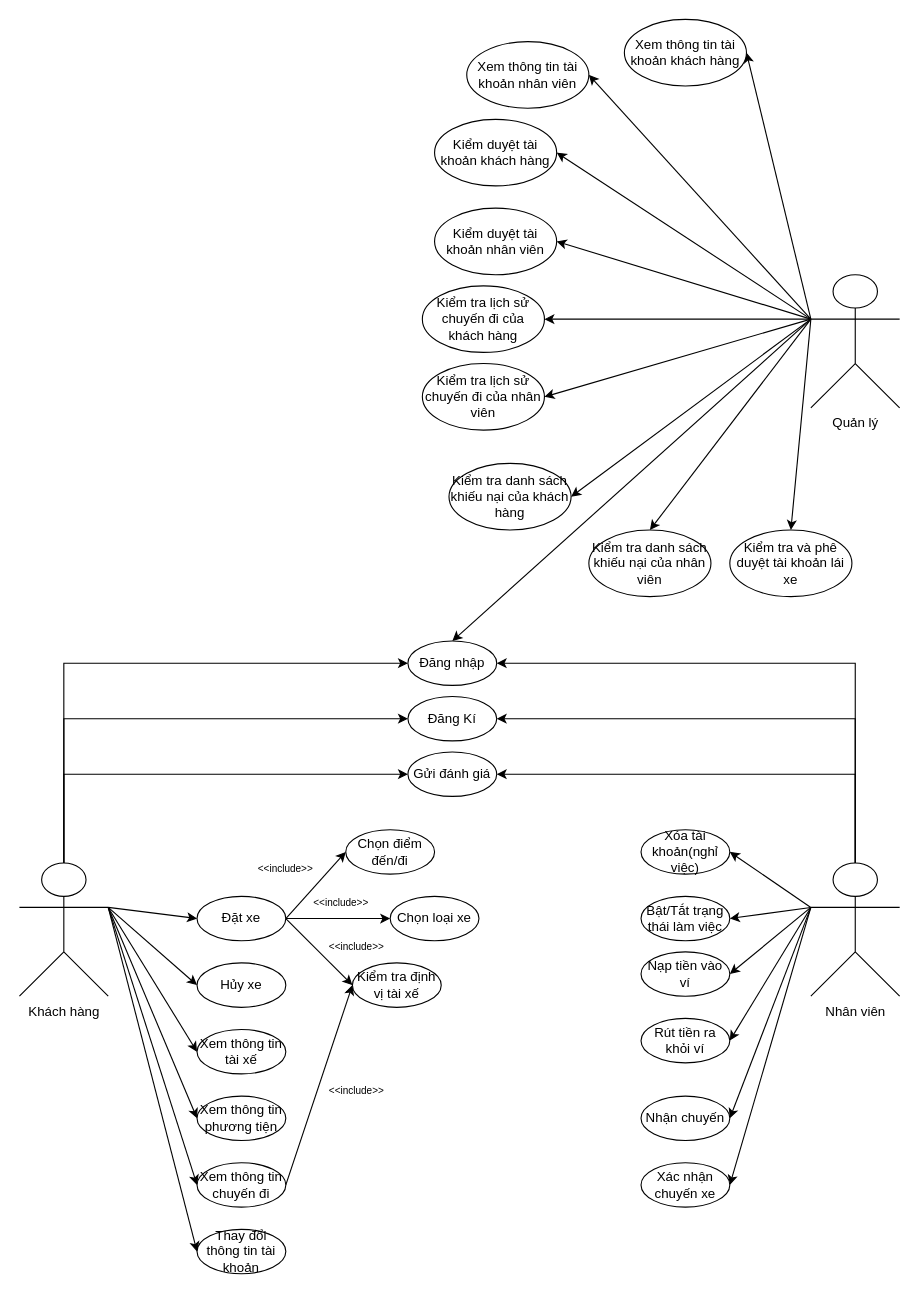
Earlier version of the draw.io diagram Biểu đồ không có tiêu đề.drawio (anson66/a0-tutorial). Source tidied: cells renumbered, new cells numbered last; positions are measured from the earlier drawing's top-left corner, leaving out a move shared by most shapes. Both pictures are drawn from the tidied source at 111%, with x=0, y=0 at pixel (19, 19).
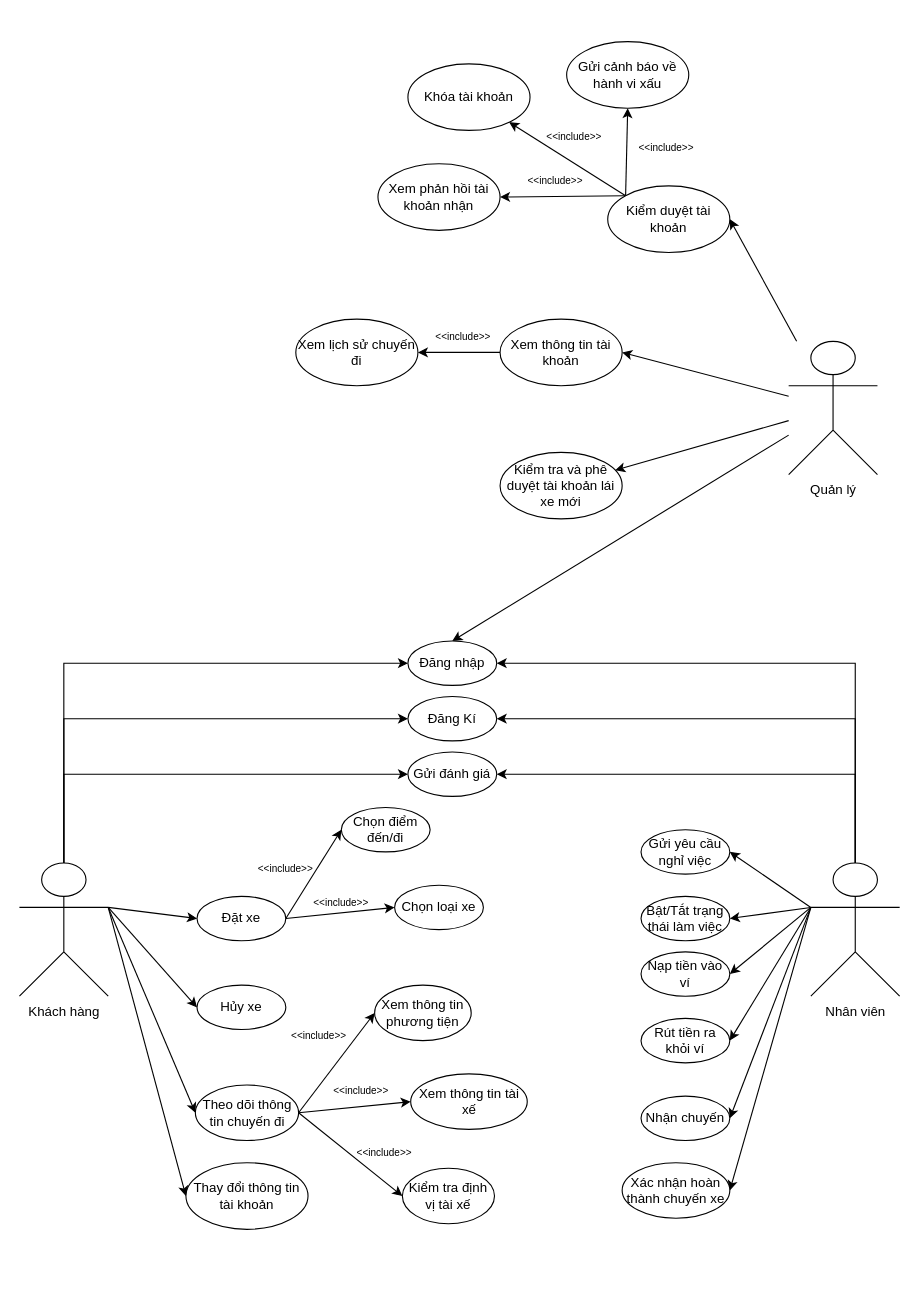
The same page after the edit.

Commit message:
Cập nhật Biểu đồ không có tiêu đề.drawio

Unchanged cells that the change refers to:
```xml
<mxCell id="3" value="Đăng nhập" style="ellipse;whiteSpace=wrap;html=1;" parent="1" vertex="1">
  <mxGeometry x="350" y="560" width="80" height="40" as="geometry" />
</mxCell>
<mxCell id="5" value="Đặt xe" style="ellipse;whiteSpace=wrap;html=1;" parent="1" vertex="1">
  <mxGeometry x="160" y="790" width="80" height="40" as="geometry" />
</mxCell>
<mxCell id="21" value="Khách hàng" style="shape=umlActor;verticalLabelPosition=bottom;verticalAlign=top;html=1;outlineConnect=0;" parent="1" vertex="1">
  <mxGeometry y="760" width="80" height="120" as="geometry" />
</mxCell>
```

The edit, as a diff of the source:
```diff
@@
-    <mxCell id="4" style="edgeStyle=none;rounded=0;jettySize=auto;html=1;exitX=1;exitY=0.5;exitDx=0;exitDy=0;entryX=0;entryY=0.5;entryDx=0;entryDy=0;" parent="1" edge="1" source="5" target="41">
-      <mxGeometry relative="1" as="geometry" />
-    </mxCell>
@@
     <mxCell id="6" value="Hủy xe" style="ellipse;whiteSpace=wrap;html=1;" parent="1" vertex="1">
-      <mxGeometry x="160" y="850" width="80" height="40" as="geometry" />
+      <mxGeometry x="160" y="870" width="80" height="40" as="geometry" />
     </mxCell>
     <mxCell id="7" value="Xem thông tin tài xế" style="ellipse;whiteSpace=wrap;html=1;" parent="1" vertex="1">
-      <mxGeometry x="160" y="910" width="80" height="40" as="geometry" />
+      <mxGeometry x="352.5" y="950" width="105" height="50" as="geometry" />
     </mxCell>
     <mxCell id="8" value="Xem thông tin phương tiện" style="ellipse;whiteSpace=wrap;html=1;" parent="1" vertex="1">
-      <mxGeometry x="160" y="970" width="80" height="40" as="geometry" />
+      <mxGeometry x="320" y="870" width="87" height="50" as="geometry" />
     </mxCell>
     <mxCell id="9" value="Thay đổi thông tin tài khoản" style="ellipse;whiteSpace=wrap;html=1;" parent="1" vertex="1">
-      <mxGeometry x="160" y="1090" width="80" height="40" as="geometry" />
+      <mxGeometry x="150" y="1030" width="110" height="60" as="geometry" />
     </mxCell>
@@
+    <mxCell id="71" style="edgeStyle=none;rounded=0;jettySize=auto;html=1;exitX=1;exitY=0.5;exitDx=0;exitDy=0;entryX=0;entryY=0.5;entryDx=0;entryDy=0;" parent="1" edge="1" source="11" target="7">
+      <mxGeometry relative="1" as="geometry" />
+    </mxCell>
+    <mxCell id="72" style="edgeStyle=none;rounded=0;jettySize=auto;html=1;exitX=1;exitY=0.5;exitDx=0;exitDy=0;entryX=0;entryY=0.5;entryDx=0;entryDy=0;" parent="1" edge="1" source="11" target="8">
+      <mxGeometry relative="1" as="geometry" />
+    </mxCell>
-    <mxCell id="11" value="Xem thông tin chuyến đi" style="ellipse;whiteSpace=wrap;html=1;" parent="1" vertex="1">
-      <mxGeometry x="160" y="1030" width="80" height="40" as="geometry" />
+    <mxCell id="11" value="Theo dõi thông tin chuyến đi" style="ellipse;whiteSpace=wrap;html=1;" parent="1" vertex="1">
+      <mxGeometry x="158.5" y="960" width="93" height="50" as="geometry" />
     </mxCell>
@@
-    <mxCell id="16" style="edgeStyle=none;rounded=0;jettySize=auto;html=1;exitX=1;exitY=0.3333333333333333;exitDx=0;exitDy=0;exitPerimeter=0;entryX=0;entryY=0.5;entryDx=0;entryDy=0;" parent="1" edge="1" source="21" target="7">
-      <mxGeometry relative="1" as="geometry" />
-    </mxCell>
-    <mxCell id="17" style="edgeStyle=none;rounded=0;jettySize=auto;html=1;exitX=1;exitY=0.3333333333333333;exitDx=0;exitDy=0;exitPerimeter=0;entryX=0;entryY=0.5;entryDx=0;entryDy=0;" parent="1" edge="1" source="21" target="8">
-      <mxGeometry relative="1" as="geometry" />
-    </mxCell>
@@
-    <mxCell id="33" value="Xóa tài khoản(nghỉ việc)" style="ellipse;whiteSpace=wrap;html=1;" parent="1" vertex="1">
+    <mxCell id="33" value="Gửi yêu cầu nghỉ việc" style="ellipse;whiteSpace=wrap;html=1;" parent="1" vertex="1">
       <mxGeometry x="560" y="730" width="80" height="40" as="geometry" />
     </mxCell>
@@
-    <mxCell id="38" value="Xác nhận chuyến xe" style="ellipse;whiteSpace=wrap;html=1;" parent="1" vertex="1">
-      <mxGeometry x="560" y="1030" width="80" height="40" as="geometry" />
+    <mxCell id="38" value="Xác nhận hoàn thành chuyến xe" style="ellipse;whiteSpace=wrap;html=1;" parent="1" vertex="1">
+      <mxGeometry x="543" y="1030" width="97" height="50" as="geometry" />
     </mxCell>
     <mxCell id="39" value="Chọn điểm đến/đi" style="ellipse;whiteSpace=wrap;html=1;" parent="1" vertex="1">
-      <mxGeometry x="294" y="730" width="80" height="40" as="geometry" />
+      <mxGeometry x="290" y="710" width="80" height="40" as="geometry" />
     </mxCell>
     <mxCell id="40" value="Chọn loại xe" style="ellipse;whiteSpace=wrap;html=1;" parent="1" vertex="1">
-      <mxGeometry x="334" y="790" width="80" height="40" as="geometry" />
+      <mxGeometry x="338" y="780" width="80" height="40" as="geometry" />
     </mxCell>
     <mxCell id="41" value="Kiểm tra định vị tài xế" style="ellipse;whiteSpace=wrap;html=1;" parent="1" vertex="1">
-      <mxGeometry x="300" y="850" width="80" height="40" as="geometry" />
+      <mxGeometry x="345" y="1035" width="83" height="50" as="geometry" />
     </mxCell>
@@
     <mxCell id="46" value="&lt;font style=&quot;font-size: 9px;&quot;&gt;&amp;lt;&amp;lt;include&amp;gt;&amp;gt;&lt;/font&gt;" style="text;html=1;align=center;verticalAlign=middle;whiteSpace=wrap;rounded=0;rotation=0;" parent="1" vertex="1">
-      <mxGeometry x="274" y="820" width="60" height="30" as="geometry" />
+      <mxGeometry x="299" y="1005" width="60" height="30" as="geometry" />
     </mxCell>
-    <mxCell id="47" value="&lt;font style=&quot;font-size: 9px;&quot;&gt;&amp;lt;&amp;lt;include&amp;gt;&amp;gt;&lt;/font&gt;" style="text;html=1;align=center;verticalAlign=middle;whiteSpace=wrap;rounded=0;rotation=0;" parent="1" vertex="1">
-      <mxGeometry x="274" y="950" width="60" height="30" as="geometry" />
-    </mxCell>
-    <mxCell id="48" style="edgeStyle=none;rounded=0;orthogonalLoop=1;jettySize=auto;html=1;entryX=0.75;entryY=0;entryDx=0;entryDy=0;" parent="1" edge="1" source="47" target="47">
-      <mxGeometry relative="1" as="geometry" />
+    <mxCell id="48" style="edgeStyle=none;rounded=0;orthogonalLoop=1;jettySize=auto;html=1;entryX=0.75;entryY=0;entryDx=0;entryDy=0;" parent="1" edge="1">
+      <mxGeometry relative="1" as="geometry">
+        <mxPoint x="319" y="950" as="sourcePoint" />
+        <mxPoint x="319" y="950" as="targetPoint" />
+      </mxGeometry>
     </mxCell>
-    <mxCell id="49" style="edgeStyle=none;rounded=0;orthogonalLoop=1;jettySize=auto;html=1;entryX=0.75;entryY=0;entryDx=0;entryDy=0;" parent="1" edge="1" source="47" target="47">
-      <mxGeometry relative="1" as="geometry" />
+    <mxCell id="49" style="edgeStyle=none;rounded=0;orthogonalLoop=1;jettySize=auto;html=1;entryX=0.75;entryY=0;entryDx=0;entryDy=0;" parent="1" edge="1">
+      <mxGeometry relative="1" as="geometry">
+        <mxPoint x="319" y="950" as="sourcePoint" />
+        <mxPoint x="319" y="950" as="targetPoint" />
+      </mxGeometry>
     </mxCell>
@@
-    <mxCell id="51" style="edgeStyle=none;rounded=0;jettySize=auto;html=1;exitX=0;exitY=0.3333333333333333;exitDx=0;exitDy=0;exitPerimeter=0;entryX=0.5;entryY=0;entryDx=0;entryDy=0;" parent="1" edge="1" source="61" target="3">
+    <mxCell id="51" style="edgeStyle=none;rounded=0;jettySize=auto;html=1;entryX=0.5;entryY=0;entryDx=0;entryDy=0;" parent="1" edge="1" source="61" target="3">
       <mxGeometry relative="1" as="geometry" />
     </mxCell>
-    <mxCell id="52" style="edgeStyle=none;rounded=0;jettySize=auto;html=1;exitX=0;exitY=0.3333333333333333;exitDx=0;exitDy=0;exitPerimeter=0;entryX=1;entryY=0.5;entryDx=0;entryDy=0;" parent="1" edge="1" source="61" target="62">
-      <mxGeometry relative="1" as="geometry" />
-    </mxCell>
-    <mxCell id="53" style="edgeStyle=none;rounded=0;jettySize=auto;html=1;exitX=0;exitY=0.3333333333333333;exitDx=0;exitDy=0;exitPerimeter=0;entryX=1;entryY=0.5;entryDx=0;entryDy=0;" parent="1" edge="1" source="61" target="66">
+    <mxCell id="53" style="edgeStyle=none;rounded=0;jettySize=auto;html=1;entryX=1;entryY=0.5;entryDx=0;entryDy=0;" parent="1" edge="1" source="61" target="66">
       <mxGeometry relative="1" as="geometry" />
     </mxCell>
-    <mxCell id="54" style="edgeStyle=none;rounded=0;jettySize=auto;html=1;exitX=0;exitY=0.3333333333333333;exitDx=0;exitDy=0;exitPerimeter=0;entryX=1;entryY=0.5;entryDx=0;entryDy=0;" parent="1" edge="1" source="61" target="64">
-      <mxGeometry relative="1" as="geometry" />
-    </mxCell>
-    <mxCell id="55" style="edgeStyle=none;rounded=0;jettySize=auto;html=1;exitX=0;exitY=0.3333333333333333;exitDx=0;exitDy=0;exitPerimeter=0;entryX=1;entryY=0.5;entryDx=0;entryDy=0;" parent="1" edge="1" source="61" target="68">
+    <mxCell id="55" style="edgeStyle=none;rounded=0;jettySize=auto;html=1;entryX=1;entryY=0.5;entryDx=0;entryDy=0;" parent="1" edge="1" source="61" target="68">
       <mxGeometry relative="1" as="geometry" />
     </mxCell>
-    <mxCell id="56" style="edgeStyle=none;rounded=0;jettySize=auto;html=1;exitX=0;exitY=0.3333333333333333;exitDx=0;exitDy=0;exitPerimeter=0;entryX=1;entryY=0.5;entryDx=0;entryDy=0;" parent="1" edge="1" source="61" target="63">
-      <mxGeometry relative="1" as="geometry" />
-    </mxCell>
-    <mxCell id="57" style="edgeStyle=none;rounded=0;jettySize=auto;html=1;exitX=0;exitY=0.3333333333333333;exitDx=0;exitDy=0;exitPerimeter=0;entryX=1;entryY=0.5;entryDx=0;entryDy=0;" parent="1" edge="1" source="61" target="67">
-      <mxGeometry relative="1" as="geometry" />
-    </mxCell>
-    <mxCell id="58" style="edgeStyle=none;rounded=0;jettySize=auto;html=1;exitX=0;exitY=0.3333333333333333;exitDx=0;exitDy=0;exitPerimeter=0;entryX=1;entryY=0.5;entryDx=0;entryDy=0;" parent="1" edge="1" source="61" target="65">
-      <mxGeometry relative="1" as="geometry" />
-    </mxCell>
-    <mxCell id="59" style="edgeStyle=none;rounded=0;jettySize=auto;html=1;exitX=0;exitY=0.3333333333333333;exitDx=0;exitDy=0;exitPerimeter=0;entryX=0.5;entryY=0;entryDx=0;entryDy=0;" parent="1" edge="1" source="61" target="69">
+    <mxCell id="59" style="edgeStyle=none;rounded=0;jettySize=auto;html=1;" parent="1" edge="1" source="61" target="69">
       <mxGeometry relative="1" as="geometry" />
     </mxCell>
-    <mxCell id="60" style="edgeStyle=none;rounded=0;jettySize=auto;html=1;exitX=0;exitY=0.3333333333333333;exitDx=0;exitDy=0;exitPerimeter=0;entryX=0.5;entryY=0;entryDx=0;entryDy=0;" parent="1" edge="1" source="61" target="70">
-      <mxGeometry relative="1" as="geometry" />
-    </mxCell>
     <mxCell id="61" value="Quản lý" style="shape=umlActor;verticalLabelPosition=bottom;verticalAlign=top;html=1;outlineConnect=0;" parent="1" vertex="1">
-      <mxGeometry x="713" y="230" width="80" height="120" as="geometry" />
+      <mxGeometry x="693" y="290" width="80" height="120" as="geometry" />
     </mxCell>
-    <mxCell id="62" value="Xem thông tin tài khoản khách hàng" style="ellipse;whiteSpace=wrap;html=1;" parent="1" vertex="1">
-      <mxGeometry x="545" width="110" height="60" as="geometry" />
-    </mxCell>
-    <mxCell id="63" value="Kiểm tra lịch sử chuyến đi của khách hàng" style="ellipse;whiteSpace=wrap;html=1;" parent="1" vertex="1">
-      <mxGeometry x="363" y="240" width="110" height="60" as="geometry" />
-    </mxCell>
-    <mxCell id="64" value="Kiểm duyệt tài khoản khách hàng" style="ellipse;whiteSpace=wrap;html=1;" parent="1" vertex="1">
-      <mxGeometry x="374" y="90" width="110" height="60" as="geometry" />
-    </mxCell>
-    <mxCell id="65" value="Kiểm tra danh sách khiếu nại của khách hàng" style="ellipse;whiteSpace=wrap;html=1;" parent="1" vertex="1">
-      <mxGeometry x="387" y="400" width="110" height="60" as="geometry" />
-    </mxCell>
+    <mxCell id="73" style="edgeStyle=none;rounded=0;jettySize=auto;html=1;exitX=0;exitY=0.5;exitDx=0;exitDy=0;entryX=1;entryY=0.5;entryDx=0;entryDy=0;" parent="1" edge="1" source="66" target="77">
+      <mxGeometry relative="1" as="geometry" />
+    </mxCell>
-    <mxCell id="66" value="Xem thông tin tài khoản nhân viên" style="ellipse;whiteSpace=wrap;html=1;" parent="1" vertex="1">
-      <mxGeometry x="403" y="20" width="110" height="60" as="geometry" />
+    <mxCell id="66" value="Xem thông tin tài khoản" style="ellipse;whiteSpace=wrap;html=1;" parent="1" vertex="1">
+      <mxGeometry x="433" y="270" width="110" height="60" as="geometry" />
     </mxCell>
-    <mxCell id="67" value="Kiểm tra lịch sử chuyến đi của nhân viên" style="ellipse;whiteSpace=wrap;html=1;" parent="1" vertex="1">
-      <mxGeometry x="363" y="310" width="110" height="60" as="geometry" />
-    </mxCell>
+    <mxCell id="74" style="edgeStyle=none;rounded=0;jettySize=auto;html=1;exitX=0;exitY=0;exitDx=0;exitDy=0;" parent="1" edge="1" source="68" target="78">
+      <mxGeometry relative="1" as="geometry" />
+    </mxCell>
+    <mxCell id="75" style="edgeStyle=none;rounded=0;jettySize=auto;html=1;exitX=0;exitY=0;exitDx=0;exitDy=0;entryX=0.5;entryY=1;entryDx=0;entryDy=0;" parent="1" edge="1" source="68" target="80">
+      <mxGeometry relative="1" as="geometry" />
+    </mxCell>
+    <mxCell id="76" style="edgeStyle=none;rounded=0;jettySize=auto;html=1;exitX=0;exitY=0;exitDx=0;exitDy=0;entryX=1;entryY=0.5;entryDx=0;entryDy=0;" parent="1" edge="1" source="68" target="79">
+      <mxGeometry relative="1" as="geometry" />
+    </mxCell>
-    <mxCell id="68" value="Kiểm duyệt tài khoản nhân viên" style="ellipse;whiteSpace=wrap;html=1;" parent="1" vertex="1">
-      <mxGeometry x="374" y="170" width="110" height="60" as="geometry" />
+    <mxCell id="68" value="Kiểm duyệt tài khoản" style="ellipse;whiteSpace=wrap;html=1;" parent="1" vertex="1">
+      <mxGeometry x="530" y="150" width="110" height="60" as="geometry" />
     </mxCell>
-    <mxCell id="69" value="Kiểm tra và phê duyệt tài khoản lái xe" style="ellipse;whiteSpace=wrap;html=1;" parent="1" vertex="1">
-      <mxGeometry x="640" y="460" width="110" height="60" as="geometry" />
+    <mxCell id="69" value="Kiểm tra và phê duyệt tài khoản lái xe mới" style="ellipse;whiteSpace=wrap;html=1;" parent="1" vertex="1">
+      <mxGeometry x="433" y="390" width="110" height="60" as="geometry" />
     </mxCell>
-    <mxCell id="70" value="Kiểm tra danh sách khiếu nại của nhân viên" style="ellipse;whiteSpace=wrap;html=1;" parent="1" vertex="1">
-      <mxGeometry x="513" y="460" width="110" height="60" as="geometry" />
-    </mxCell>
+    <mxCell id="77" value="Xem lịch sử chuyến đi" style="ellipse;whiteSpace=wrap;html=1;" parent="1" vertex="1">
+      <mxGeometry x="249" y="270" width="110" height="60" as="geometry" />
+    </mxCell>
+    <mxCell id="78" value="Khóa tài khoản" style="ellipse;whiteSpace=wrap;html=1;" parent="1" vertex="1">
+      <mxGeometry x="350" y="40" width="110" height="60" as="geometry" />
+    </mxCell>
+    <mxCell id="79" value="Xem phản hồi tài khoản nhận" style="ellipse;whiteSpace=wrap;html=1;" parent="1" vertex="1">
+      <mxGeometry x="323" y="130" width="110" height="60" as="geometry" />
+    </mxCell>
+    <mxCell id="80" value="Gửi cảnh báo về hành vi xấu" style="ellipse;whiteSpace=wrap;html=1;" parent="1" vertex="1">
+      <mxGeometry x="493" y="20" width="110" height="60" as="geometry" />
+    </mxCell>
+    <mxCell id="81" value="&lt;font style=&quot;font-size: 9px;&quot;&gt;&amp;lt;&amp;lt;include&amp;gt;&amp;gt;&lt;/font&gt;" style="text;html=1;align=center;verticalAlign=middle;whiteSpace=wrap;rounded=0;rotation=0;" parent="1" vertex="1">
+      <mxGeometry x="370" y="270" width="60" height="30" as="geometry" />
+    </mxCell>
+    <mxCell id="82" value="&lt;font style=&quot;font-size: 9px;&quot;&gt;&amp;lt;&amp;lt;include&amp;gt;&amp;gt;&lt;/font&gt;" style="text;html=1;align=center;verticalAlign=middle;whiteSpace=wrap;rounded=0;rotation=0;" parent="1" vertex="1">
+      <mxGeometry x="453" y="130" width="60" height="30" as="geometry" />
+    </mxCell>
+    <mxCell id="83" value="&lt;font style=&quot;font-size: 9px;&quot;&gt;&amp;lt;&amp;lt;include&amp;gt;&amp;gt;&lt;/font&gt;" style="text;html=1;align=center;verticalAlign=middle;whiteSpace=wrap;rounded=0;rotation=0;" parent="1" vertex="1">
+      <mxGeometry x="553" y="100" width="60" height="30" as="geometry" />
+    </mxCell>
+    <mxCell id="84" value="&lt;font style=&quot;font-size: 9px;&quot;&gt;&amp;lt;&amp;lt;include&amp;gt;&amp;gt;&lt;/font&gt;" style="text;html=1;align=center;verticalAlign=middle;whiteSpace=wrap;rounded=0;rotation=0;" parent="1" vertex="1">
+      <mxGeometry x="470" y="90" width="60" height="30" as="geometry" />
+    </mxCell>
+    <mxCell id="85" value="&lt;font style=&quot;font-size: 9px;&quot;&gt;&amp;lt;&amp;lt;include&amp;gt;&amp;gt;&lt;/font&gt;" style="text;html=1;align=center;verticalAlign=middle;whiteSpace=wrap;rounded=0;rotation=0;" parent="1" vertex="1">
+      <mxGeometry x="240" y="900" width="60" height="30" as="geometry" />
+    </mxCell>
+    <mxCell id="86" value="&lt;font style=&quot;font-size: 9px;&quot;&gt;&amp;lt;&amp;lt;include&amp;gt;&amp;gt;&lt;/font&gt;" style="text;html=1;align=center;verticalAlign=middle;whiteSpace=wrap;rounded=0;rotation=0;" parent="1" vertex="1">
+      <mxGeometry x="278" y="950" width="60" height="30" as="geometry" />
+    </mxCell>
```
